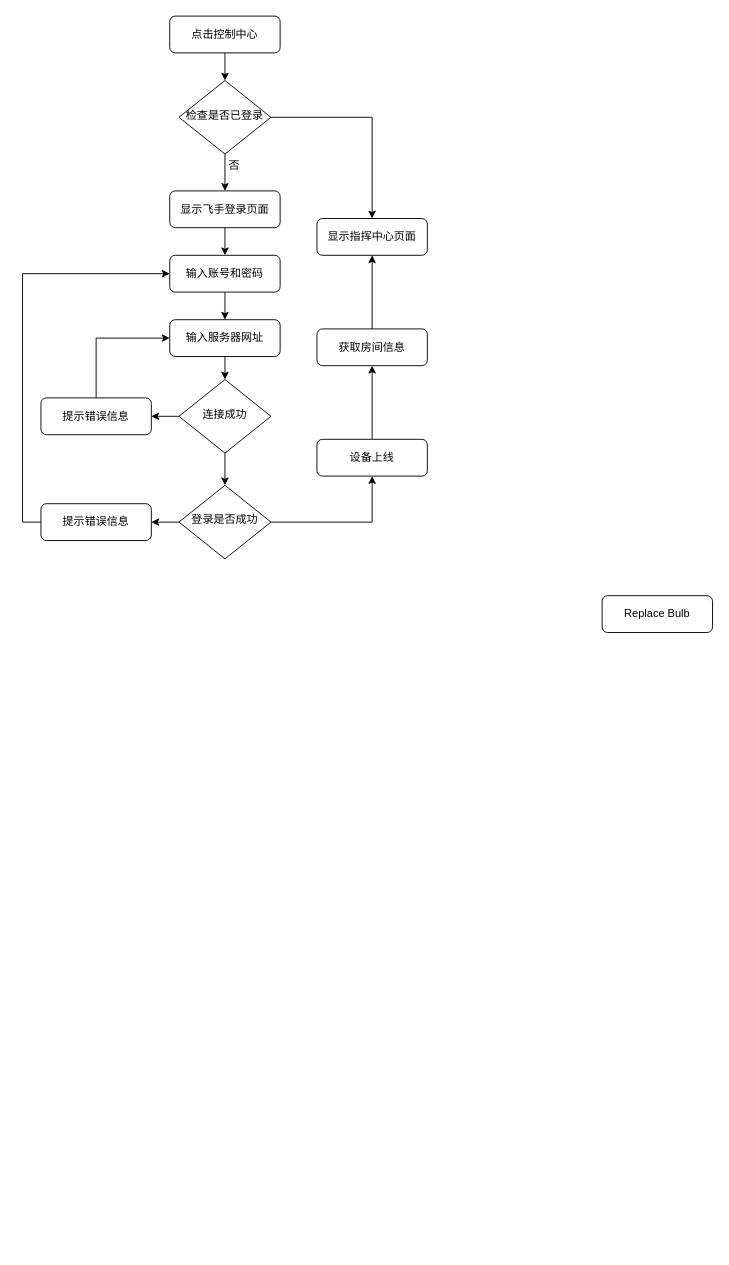
xubinlu/android-journey keeps this draw.io diagram as 指挥中心.drawio. Above is the earlier version. Source tidied: cells renumbered, new cells numbered last; positions are measured from the earlier drawing's top-left corner, leaving out a move shared by most shapes. Both pictures are drawn from the tidied source at 92%, with x=0, y=0 at pixel (40, 16).
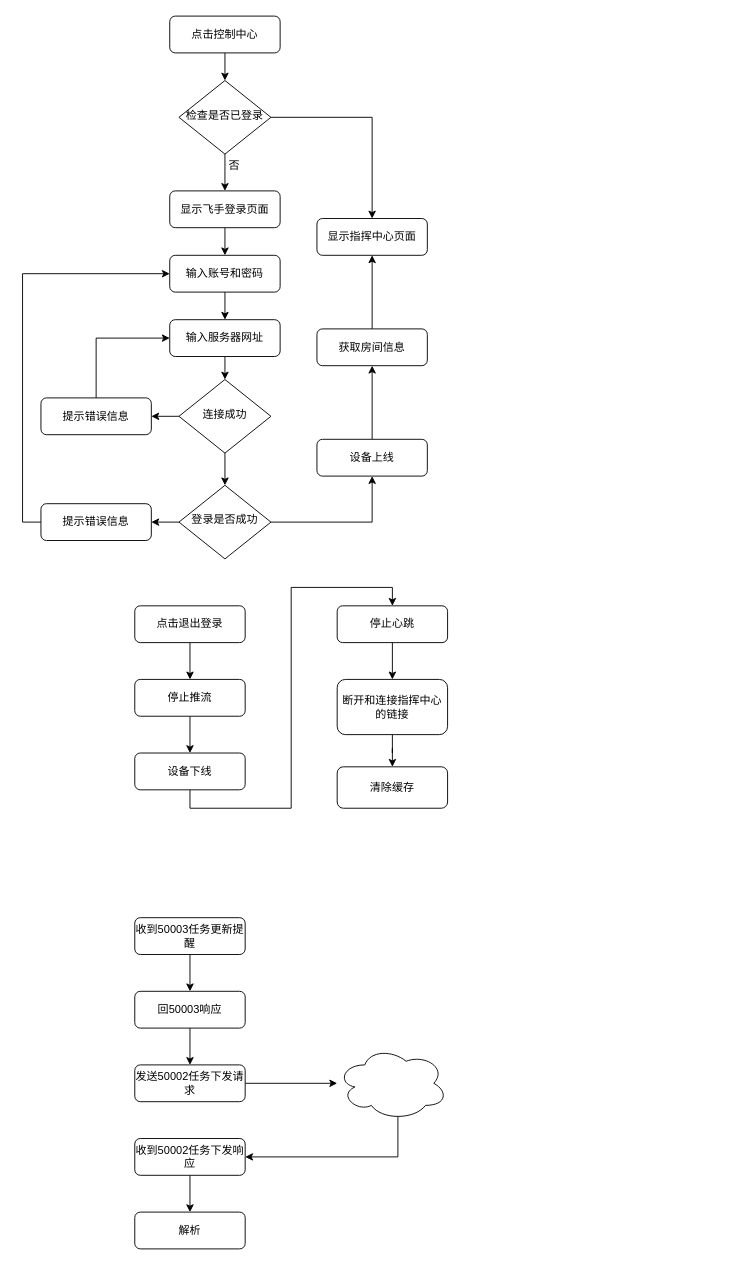
After the change.

Commit message:
更新指挥中心.drawio

The edit, as a diff of the source:
```diff
@@
+    <mxCell id="30" style="edgeStyle=orthogonalEdgeStyle;rounded=0;jettySize=auto;html=1;" parent="1" edge="1" source="10" target="32">
+      <mxGeometry relative="1" as="geometry" />
+    </mxCell>
-    <mxCell id="10" value="Replace Bulb" style="rounded=1;whiteSpace=wrap;html=1;fontSize=12;glass=0;strokeWidth=1;shadow=0;" parent="1" vertex="1">
-      <mxGeometry x="610" y="630" width="120" height="40" as="geometry" />
+    <mxCell id="10" value="点击退出登录" style="rounded=1;whiteSpace=wrap;html=1;fontSize=12;glass=0;strokeWidth=1;shadow=0;" parent="1" vertex="1">
+      <mxGeometry x="102" y="641" width="120" height="40" as="geometry" />
     </mxCell>
@@
+    <mxCell id="31" style="edgeStyle=orthogonalEdgeStyle;rounded=0;jettySize=auto;html=1;" parent="1" edge="1" source="32" target="34">
+      <mxGeometry relative="1" as="geometry" />
+    </mxCell>
+    <mxCell id="32" value="停止推流" style="whiteSpace=wrap;html=1;rounded=1;glass=0;strokeWidth=1;shadow=0;" parent="1" vertex="1">
+      <mxGeometry x="102" y="721" width="120" height="40" as="geometry" />
+    </mxCell>
+    <mxCell id="33" style="edgeStyle=orthogonalEdgeStyle;rounded=0;jettySize=auto;html=1;exitX=0.5;exitY=1;exitDx=0;exitDy=0;entryX=0.5;entryY=0;entryDx=0;entryDy=0;" parent="1" edge="1" source="34" target="36">
+      <mxGeometry relative="1" as="geometry" />
+    </mxCell>
+    <mxCell id="34" value="设备下线" style="whiteSpace=wrap;html=1;rounded=1;glass=0;strokeWidth=1;shadow=0;" parent="1" vertex="1">
+      <mxGeometry x="102" y="801" width="120" height="40" as="geometry" />
+    </mxCell>
+    <mxCell id="35" style="edgeStyle=orthogonalEdgeStyle;rounded=0;jettySize=auto;html=1;" parent="1" edge="1" source="36" target="38">
+      <mxGeometry relative="1" as="geometry" />
+    </mxCell>
+    <mxCell id="36" value="停止心跳" style="whiteSpace=wrap;html=1;rounded=1;glass=0;strokeWidth=1;shadow=0;" parent="1" vertex="1">
+      <mxGeometry x="322" y="641" width="120" height="40" as="geometry" />
+    </mxCell>
+    <mxCell id="37" style="edgeStyle=orthogonalEdgeStyle;rounded=0;jettySize=auto;html=1;" parent="1" edge="1" source="38" target="39">
+      <mxGeometry relative="1" as="geometry" />
+    </mxCell>
+    <mxCell id="38" value="断开和连接指挥中心的链接" style="whiteSpace=wrap;html=1;rounded=1;glass=0;strokeWidth=1;shadow=0;" parent="1" vertex="1">
+      <mxGeometry x="322" y="721" width="120" height="60" as="geometry" />
+    </mxCell>
+    <mxCell id="39" value="清除缓存" style="whiteSpace=wrap;html=1;rounded=1;glass=0;strokeWidth=1;shadow=0;" parent="1" vertex="1">
+      <mxGeometry x="322" y="816" width="120" height="45" as="geometry" />
+    </mxCell>
+    <mxCell id="40" style="edgeStyle=orthogonalEdgeStyle;rounded=0;jettySize=auto;html=1;" parent="1" edge="1" source="41" target="43">
+      <mxGeometry relative="1" as="geometry" />
+    </mxCell>
+    <mxCell id="41" value="收到50003任务更新提醒" style="rounded=1;whiteSpace=wrap;html=1;fontSize=12;glass=0;strokeWidth=1;shadow=0;" parent="1" vertex="1">
+      <mxGeometry x="102" y="980" width="120" height="40" as="geometry" />
+    </mxCell>
+    <mxCell id="42" style="edgeStyle=orthogonalEdgeStyle;rounded=0;jettySize=auto;html=1;" parent="1" edge="1" source="43" target="45">
+      <mxGeometry relative="1" as="geometry" />
+    </mxCell>
+    <mxCell id="43" value="回50003响应" style="rounded=1;whiteSpace=wrap;html=1;fontSize=12;glass=0;strokeWidth=1;shadow=0;" parent="1" vertex="1">
+      <mxGeometry x="102" y="1060" width="120" height="40" as="geometry" />
+    </mxCell>
+    <mxCell id="44" style="edgeStyle=orthogonalEdgeStyle;rounded=0;jettySize=auto;html=1;exitX=1;exitY=0.5;exitDx=0;exitDy=0;" parent="1" edge="1" source="45" target="50">
+      <mxGeometry relative="1" as="geometry" />
+    </mxCell>
+    <mxCell id="45" value="发送50002任务下发请求" style="rounded=1;whiteSpace=wrap;html=1;fontSize=12;glass=0;strokeWidth=1;shadow=0;" parent="1" vertex="1">
+      <mxGeometry x="102" y="1140" width="120" height="40" as="geometry" />
+    </mxCell>
+    <mxCell id="46" style="edgeStyle=orthogonalEdgeStyle;rounded=0;jettySize=auto;html=1;" parent="1" edge="1" source="47" target="48">
+      <mxGeometry relative="1" as="geometry" />
+    </mxCell>
+    <mxCell id="47" value="收到50002任务下发响应" style="rounded=1;whiteSpace=wrap;html=1;fontSize=12;glass=0;strokeWidth=1;shadow=0;" parent="1" vertex="1">
+      <mxGeometry x="102" y="1220" width="120" height="40" as="geometry" />
+    </mxCell>
+    <mxCell id="48" value="解析" style="rounded=1;whiteSpace=wrap;html=1;fontSize=12;glass=0;strokeWidth=1;shadow=0;" parent="1" vertex="1">
+      <mxGeometry x="102" y="1300" width="120" height="40" as="geometry" />
+    </mxCell>
+    <mxCell id="49" style="edgeStyle=orthogonalEdgeStyle;rounded=0;jettySize=auto;html=1;exitX=0.55;exitY=0.95;exitDx=0;exitDy=0;exitPerimeter=0;entryX=1;entryY=0.5;entryDx=0;entryDy=0;" parent="1" edge="1" source="50" target="47">
+      <mxGeometry relative="1" as="geometry">
+        <Array as="points">
+          <mxPoint x="388" y="1240" />
+        </Array>
+      </mxGeometry>
+    </mxCell>
+    <mxCell id="50" style="ellipse;shape=cloud;whiteSpace=wrap;html=1;" parent="1" vertex="1">
+      <mxGeometry x="322" y="1120" width="120" height="80" as="geometry" />
+    </mxCell>
```
